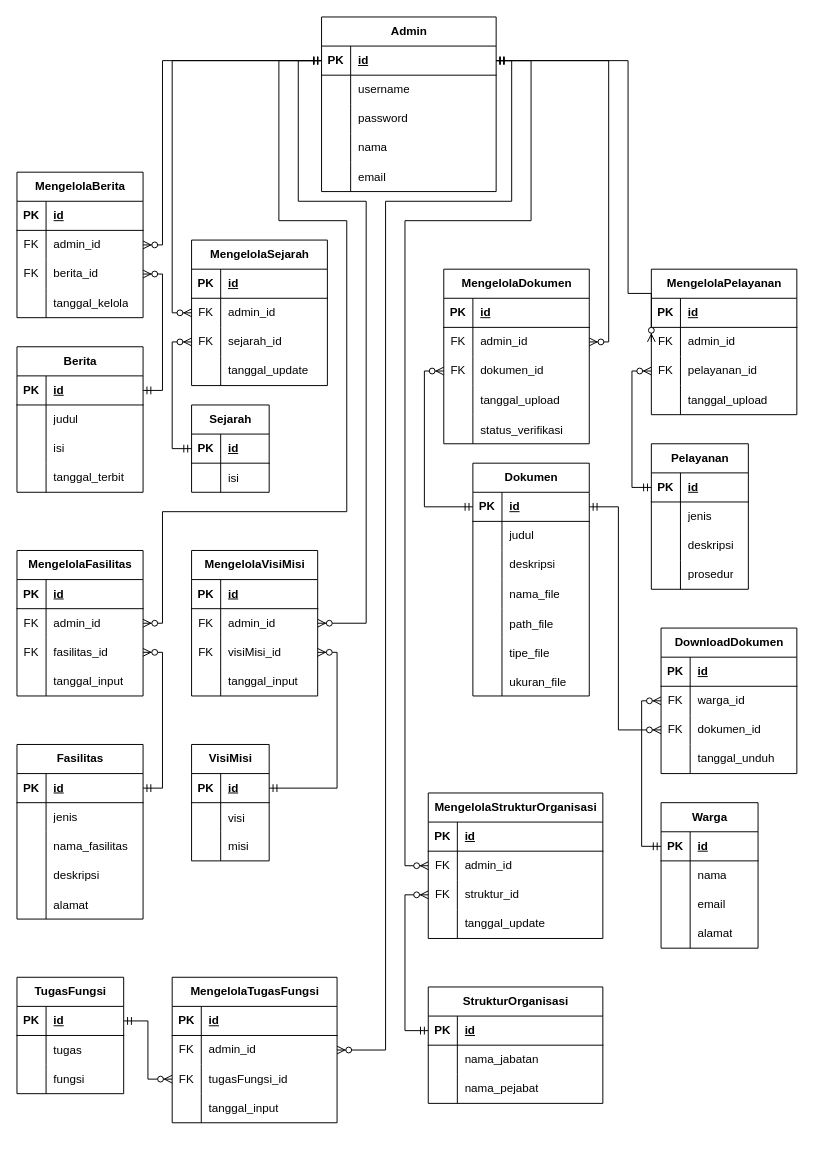
SammEccent/Project-KP keeps this draw.io diagram as docs/KP-LRS.drawio. Above is the earlier version. Source tidied: cells renumbered, new cells numbered last; positions are measured from the earlier drawing's top-left corner, leaving out a move shared by most shapes. Both pictures are drawn from the tidied source at 97%, with x=0, y=0 at pixel (16, 16).
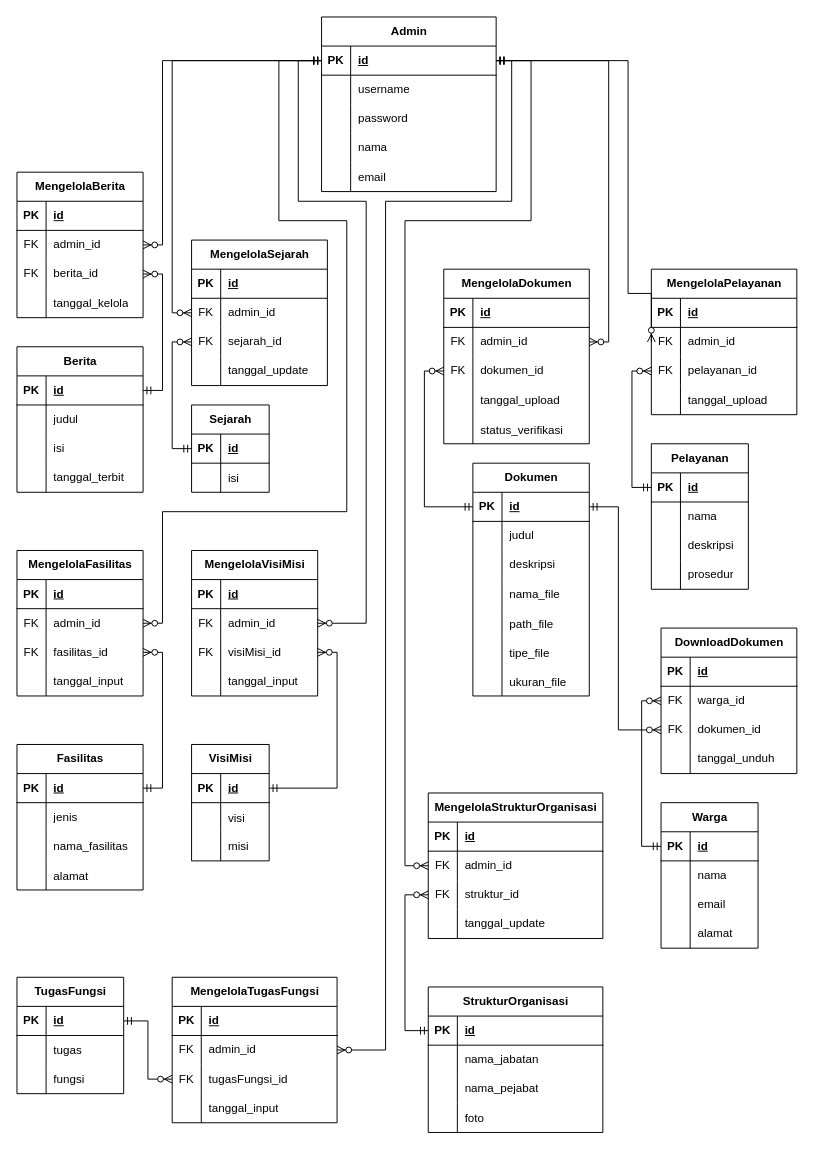
Above is the later version.

Unchanged cells that the change refers to:
```xml
<mxCell id="107" style="shape=tableRow;horizontal=0;startSize=0;swimlaneHead=0;swimlaneBody=0;fillColor=none;top=0;left=0;right=0;bottom=0;" parent="103" vertex="1">
  <mxGeometry y="60" width="100" height="30" as="geometry" />
</mxCell>
```

The edit, as a diff of the source:
```diff
@@
     <mxCell id="93" value="StrukturOrganisasi" style="shape=table;startSize=30;childLayout=tableLayout;rowLines=0;fontStyle=1;align=center;html=1;" parent="1" vertex="1">
-      <mxGeometry x="424" y="1000" width="180" height="120" as="geometry" />
+      <mxGeometry x="424" y="1000" width="180" height="150" as="geometry" />
     </mxCell>
@@
+    <mxCell id="270" style="shape=tableRow;horizontal=0;startSize=0;swimlaneHead=0;swimlaneBody=0;fillColor=none;top=0;left=0;right=0;bottom=0;" parent="93" vertex="1">
+      <mxGeometry y="120" width="180" height="30" as="geometry" />
+    </mxCell>
+    <mxCell id="271" style="shape=partialRectangle;fillColor=none;top=0;left=0;bottom=0;right=0;overflow=hidden;" parent="270" vertex="1">
+      <mxGeometry width="30" height="30" as="geometry" />
+    </mxCell>
+    <mxCell id="272" value="foto" style="shape=partialRectangle;fillColor=none;top=0;left=0;bottom=0;right=0;align=left;spacingLeft=6;overflow=hidden;" parent="270" vertex="1">
+      <mxGeometry x="30" width="150" height="30" as="geometry" />
+    </mxCell>
@@
-    <mxCell id="109" value="jenis" style="shape=partialRectangle;fillColor=none;top=0;left=0;bottom=0;right=0;align=left;spacingLeft=6;overflow=hidden;whiteSpace=wrap;html=1;" parent="107" vertex="1">
+    <mxCell id="109" value="nama" style="shape=partialRectangle;fillColor=none;top=0;left=0;bottom=0;right=0;align=left;spacingLeft=6;overflow=hidden;whiteSpace=wrap;html=1;" parent="107" vertex="1">
       <mxGeometry x="30" width="70" height="30" as="geometry" />
     </mxCell>
@@
     <mxCell id="116" value="Fasilitas" style="shape=table;startSize=30;childLayout=tableLayout;rowLines=0;fontStyle=1;align=center;html=1;" parent="1" vertex="1">
-      <mxGeometry y="750" width="130" height="180" as="geometry" />
+      <mxGeometry y="750" width="130" height="150" as="geometry" />
     </mxCell>
@@
-    <mxCell id="126" style="shape=tableRow;horizontal=0;startSize=0;swimlaneHead=0;swimlaneBody=0;fillColor=none;top=0;left=0;right=0;bottom=0;" parent="116" vertex="1">
-      <mxGeometry y="120" width="130" height="30" as="geometry" />
-    </mxCell>
-    <mxCell id="127" style="shape=partialRectangle;fillColor=none;top=0;left=0;bottom=0;right=0;overflow=hidden;whiteSpace=wrap;html=1;" parent="126" vertex="1">
-      <mxGeometry width="30" height="30" as="geometry" />
-    </mxCell>
-    <mxCell id="128" value="deskripsi" style="shape=partialRectangle;fillColor=none;top=0;left=0;bottom=0;right=0;align=left;spacingLeft=6;overflow=hidden;whiteSpace=wrap;html=1;" parent="126" vertex="1">
-      <mxGeometry x="30" width="100" height="30" as="geometry" />
-    </mxCell>
     <mxCell id="129" style="shape=tableRow;horizontal=0;startSize=0;swimlaneHead=0;swimlaneBody=0;fillColor=none;top=0;left=0;right=0;bottom=0;" parent="116" vertex="1">
-      <mxGeometry y="150" width="130" height="30" as="geometry" />
+      <mxGeometry y="120" width="130" height="30" as="geometry" />
     </mxCell>
```
